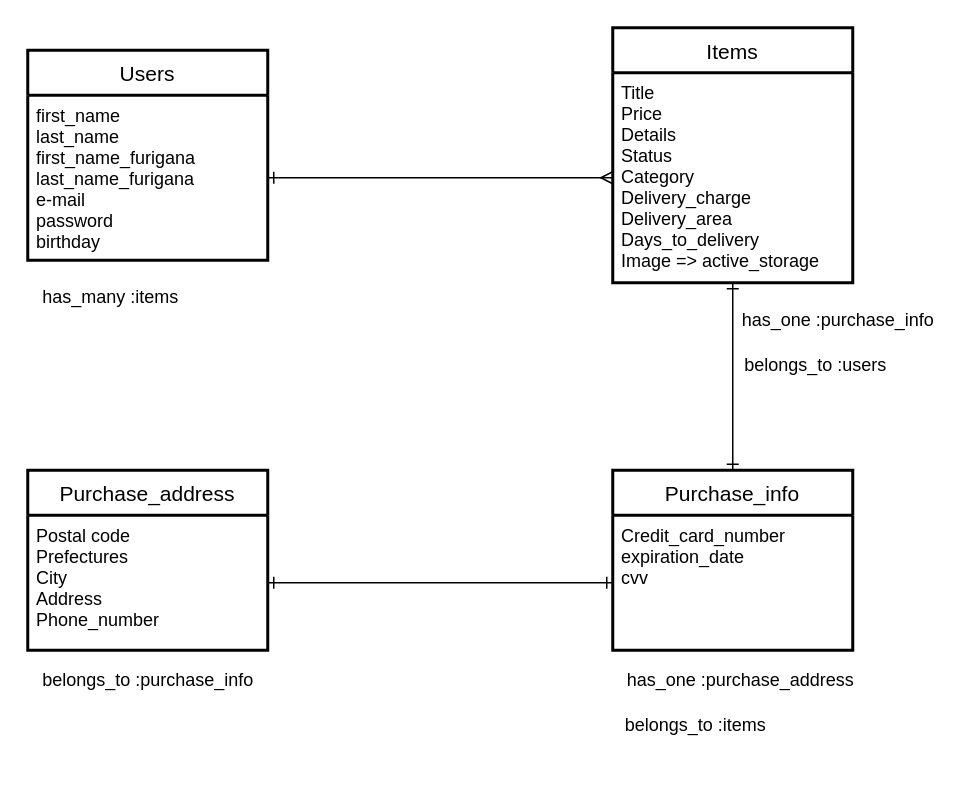
The draw.io diagram furima.dio in ukkiy-ray/furima-31064, before the edit. Source tidied: cells renumbered, new cells numbered last; positions are measured from the earlier drawing's top-left corner, leaving out a move shared by most shapes. Both pictures are drawn from the tidied source at 150%, with x=0, y=0 at pixel (27, 27).
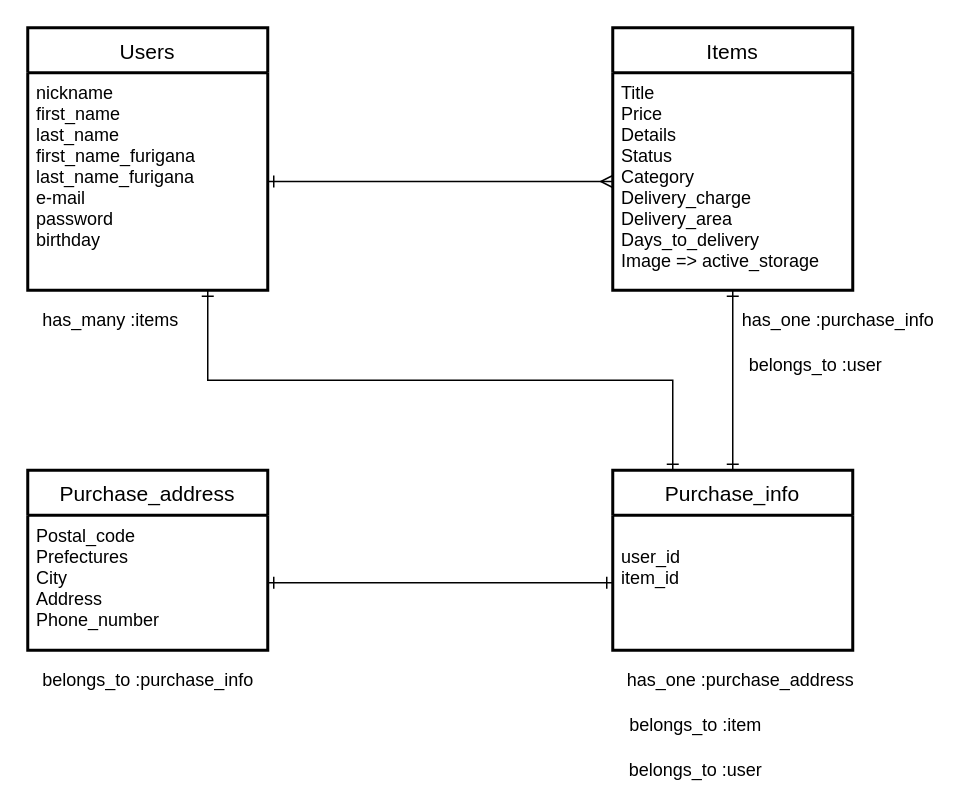
Above is the later version.

Commit message (it also covers changes not shown here):
READEME.mdファイルのコードの修正

Unchanged cells that the change refers to:
```xml
<mxCell id="9" value="Purchase_address" style="swimlane;horizontal=1;startSize=30;rounded=0;fontSize=14;fontStyle=0;strokeWidth=2;shadow=0;dashed=0;align=center;" parent="1" vertex="1">
  <mxGeometry y="295" width="160" height="120" as="geometry" />
</mxCell>
<mxCell id="11" value="Purchase_info" style="swimlane;horizontal=1;startSize=30;rounded=0;fontSize=14;fontStyle=0;strokeWidth=2;shadow=0;dashed=0;align=center;" parent="1" vertex="1">
  <mxGeometry x="390" y="295" width="160" height="120" as="geometry" />
</mxCell>
```

Diff of the diagram source:
```diff
@@
-    <mxCell id="2" style="edgeStyle=elbowEdgeStyle;rounded=0;jettySize=auto;html=1;exitX=1;exitY=0.5;exitDx=0;exitDy=0;entryX=0;entryY=0.5;entryDx=0;entryDy=0;endArrow=ERmany;endFill=0;startArrow=ERone;startFill=0;" parent="1" edge="1" source="6" target="8">
+    <mxCell id="2" style="edgeStyle=elbowEdgeStyle;rounded=0;jettySize=auto;html=1;entryX=0;entryY=0.5;entryDx=0;entryDy=0;endArrow=ERmany;endFill=0;startArrow=ERone;startFill=0;exitX=1;exitY=0.5;exitDx=0;exitDy=0;" parent="1" edge="1" source="6" target="8">
       <mxGeometry relative="1" as="geometry" />
     </mxCell>
@@
-    <mxCell id="5" value="Users" style="swimlane;horizontal=1;startSize=30;rounded=0;fontSize=14;fontStyle=0;strokeWidth=2;shadow=0;dashed=0;align=center;" parent="1" vertex="1">
-      <mxGeometry y="15" width="160" height="140" as="geometry" />
-    </mxCell>
-    <mxCell id="6" value="first_name&#10;last_name&#10;first_name_furigana&#10;last_name_furigana&#10;e-mail&#10;password&#10;birthday" style="align=left;strokeColor=none;fillColor=none;spacingLeft=4;fontSize=12;verticalAlign=top;" parent="5" vertex="1">
-      <mxGeometry y="30" width="160" height="110" as="geometry" />
-    </mxCell>
     <mxCell id="7" value="Items" style="swimlane;horizontal=1;startSize=30;rounded=0;fontSize=14;fontStyle=0;strokeWidth=2;shadow=0;dashed=0;align=center;" parent="1" vertex="1">
-      <mxGeometry x="390" width="160" height="170" as="geometry" />
+      <mxGeometry x="390" width="160" height="175" as="geometry" />
     </mxCell>
     <mxCell id="8" value="Title&#10;Price&#10;Details&#10;Status&#10;Category&#10;Delivery_charge&#10;Delivery_area&#10;Days_to_delivery&#10;Image =&gt; active_storage" style="align=left;strokeColor=none;fillColor=none;spacingLeft=4;fontSize=12;verticalAlign=top;" parent="7" vertex="1">
-      <mxGeometry y="30" width="160" height="140" as="geometry" />
+      <mxGeometry y="30" width="160" height="145" as="geometry" />
     </mxCell>
@@
-    <mxCell id="10" value="Postal code&#10;Prefectures&#10;City&#10;Address&#10;Phone_number" style="align=left;strokeColor=none;fillColor=none;spacingLeft=4;fontSize=12;verticalAlign=top;" parent="9" vertex="1">
+    <mxCell id="10" value="Postal_code&#10;Prefectures&#10;City&#10;Address&#10;Phone_number" style="align=left;strokeColor=none;fillColor=none;spacingLeft=4;fontSize=12;verticalAlign=top;" parent="9" vertex="1">
       <mxGeometry y="30" width="160" height="90" as="geometry" />
     </mxCell>
+    <mxCell id="19" style="edgeStyle=elbowEdgeStyle;rounded=0;jettySize=auto;elbow=vertical;html=1;exitX=0.25;exitY=0;exitDx=0;exitDy=0;entryX=0.75;entryY=1;entryDx=0;entryDy=0;startArrow=ERone;startFill=0;endArrow=ERone;endFill=0;" parent="1" edge="1" source="11" target="6">
+      <mxGeometry relative="1" as="geometry" />
+    </mxCell>
@@
-    <mxCell id="12" value="Credit_card_number&#10;expiration_date&#10;cvv" style="align=left;strokeColor=none;fillColor=none;spacingLeft=4;fontSize=12;verticalAlign=top;" parent="11" vertex="1">
+    <mxCell id="12" value="&#10;user_id&#10;item_id" style="align=left;strokeColor=none;fillColor=none;spacingLeft=4;fontSize=12;verticalAlign=top;" parent="11" vertex="1">
       <mxGeometry y="30" width="160" height="90" as="geometry" />
     </mxCell>
     <mxCell id="13" value="has_many :items" style="text;html=1;align=center;verticalAlign=middle;" parent="1" vertex="1">
-      <mxGeometry y="170" width="110" height="20" as="geometry" />
+      <mxGeometry y="185" width="110" height="20" as="geometry" />
     </mxCell>
@@
-    <mxCell id="17" value="belongs_to :items" style="text;html=1;align=center;verticalAlign=middle;" parent="1" vertex="1">
-      <mxGeometry x="390" y="455" width="110" height="20" as="geometry" />
+    <mxCell id="17" value="belongs_to :item" style="text;html=1;align=center;verticalAlign=middle;" parent="1" vertex="1">
+      <mxGeometry x="395" y="455" width="100" height="20" as="geometry" />
     </mxCell>
-    <mxCell id="18" value="belongs_to :users" style="text;html=1;align=center;verticalAlign=middle;" parent="1" vertex="1">
-      <mxGeometry x="470" y="215" width="110" height="20" as="geometry" />
+    <mxCell id="18" value="belongs_to :user" style="text;html=1;align=center;verticalAlign=middle;" parent="1" vertex="1">
+      <mxGeometry x="475" y="215" width="100" height="20" as="geometry" />
     </mxCell>
+    <mxCell id="5" value="Users" style="swimlane;horizontal=1;startSize=30;rounded=0;fontSize=14;fontStyle=0;strokeWidth=2;shadow=0;dashed=0;align=center;" parent="1" vertex="1">
+      <mxGeometry width="160" height="175" as="geometry" />
+    </mxCell>
+    <mxCell id="6" value="nickname&#10;first_name&#10;last_name&#10;first_name_furigana&#10;last_name_furigana&#10;e-mail&#10;password&#10;birthday" style="align=left;strokeColor=none;fillColor=none;spacingLeft=4;fontSize=12;verticalAlign=top;" parent="5" vertex="1">
+      <mxGeometry y="30" width="160" height="145" as="geometry" />
+    </mxCell>
+    <mxCell id="20" value="belongs_to :user" style="text;html=1;align=center;verticalAlign=middle;" parent="1" vertex="1">
+      <mxGeometry x="395" y="485" width="100" height="20" as="geometry" />
+    </mxCell>
```
